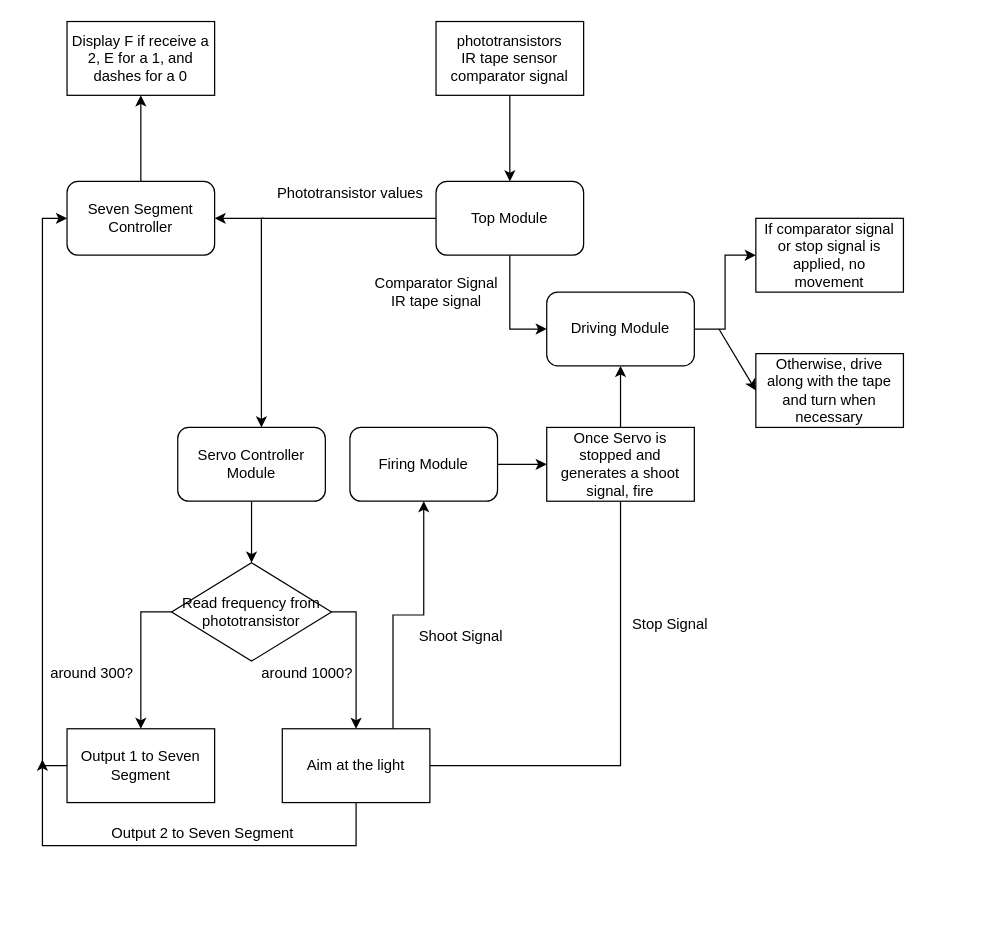
The draw.io diagram FinalProject/Presentations/Code Snippets/flowchart.drawio in dirkt68/pl1-robotics, before the edit. Source tidied: cells renumbered, new cells numbered last; positions are measured from the earlier drawing's top-left corner, leaving out a move shared by most shapes. Both pictures are drawn from the tidied source at 123%, with x=0, y=0 at pixel (42, 21).
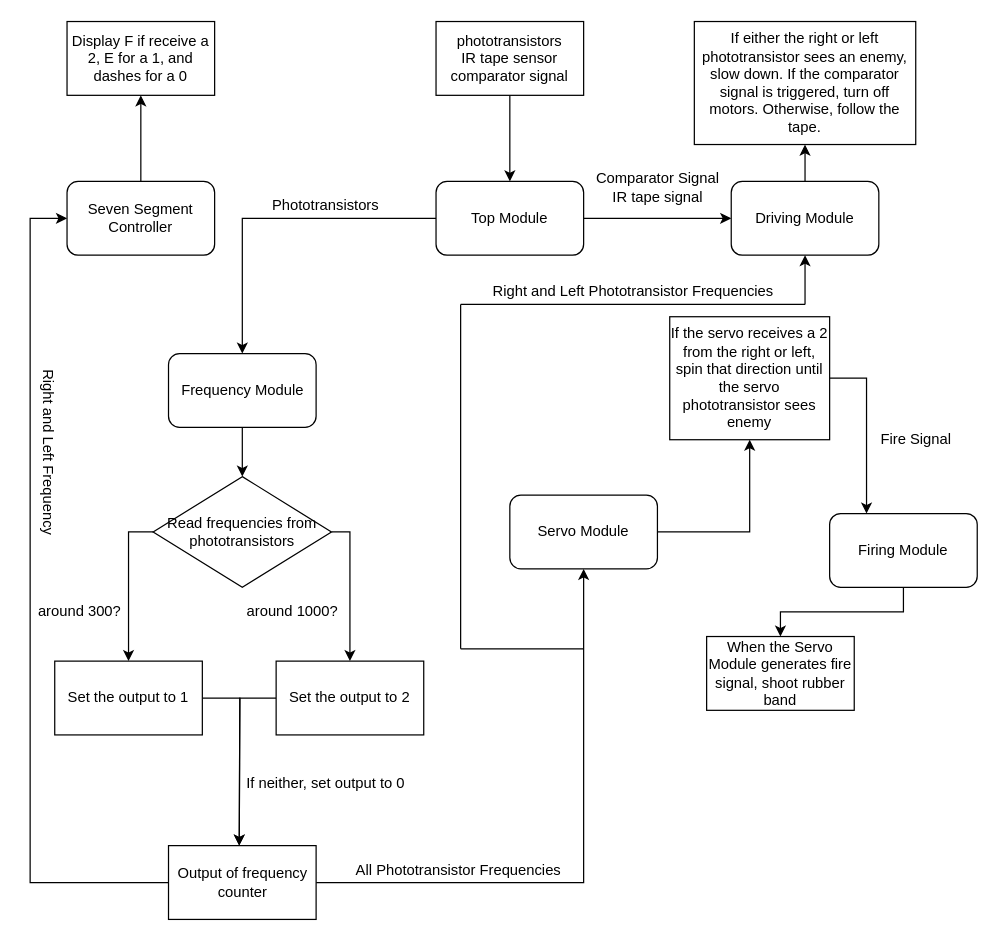
The same diagram, later.

The change refers to these unchanged cells:
```xml
<mxCell id="4" value="Top Module" style="rounded=1;whiteSpace=wrap;html=1;" parent="1" vertex="1">
  <mxGeometry x="320" y="130" width="120" height="60" as="geometry" />
</mxCell>
<mxCell id="15" value="Seven Segment Controller" style="rounded=1;whiteSpace=wrap;html=1;" parent="1" vertex="1">
  <mxGeometry x="20" y="130" width="120" height="60" as="geometry" />
</mxCell>
```

What changed in the source:
```diff
@@
+    <mxCell id="3" style="edgeStyle=orthogonalEdgeStyle;rounded=0;jettySize=auto;html=1;entryX=0;entryY=0.5;entryDx=0;entryDy=0;" parent="1" edge="1" source="4" target="12">
+      <mxGeometry relative="1" as="geometry" />
+    </mxCell>
-    <mxCell id="2" style="edgeStyle=orthogonalEdgeStyle;rounded=0;jettySize=auto;html=1;entryX=0.567;entryY=0;entryDx=0;entryDy=0;entryPerimeter=0;" parent="1" edge="1" source="4" target="8">
-      <mxGeometry relative="1" as="geometry">
-        <Array as="points">
-          <mxPoint x="178" y="160" />
-        </Array>
-      </mxGeometry>
+    <mxCell id="2" style="edgeStyle=orthogonalEdgeStyle;rounded=0;jettySize=auto;html=1;entryX=0.5;entryY=0;entryDx=0;entryDy=0;" parent="1" edge="1" source="4" target="8">
+      <mxGeometry relative="1" as="geometry" />
     </mxCell>
-    <mxCell id="3" style="edgeStyle=orthogonalEdgeStyle;rounded=0;jettySize=auto;html=1;entryX=0;entryY=0.5;entryDx=0;entryDy=0;" parent="1" edge="1" source="4" target="12">
-      <mxGeometry relative="1" as="geometry" />
-    </mxCell>
@@
-    <mxCell id="8" value="Servo Controller Module" style="rounded=1;whiteSpace=wrap;html=1;" parent="1" vertex="1">
-      <mxGeometry x="110" y="330" width="120" height="60" as="geometry" />
+    <mxCell id="8" value="Frequency Module" style="rounded=1;whiteSpace=wrap;html=1;" parent="1" vertex="1">
+      <mxGeometry x="102.5" y="270" width="120" height="60" as="geometry" />
     </mxCell>
@@
-    <mxCell id="10" value="Firing Module" style="rounded=1;whiteSpace=wrap;html=1;" parent="1" vertex="1">
-      <mxGeometry x="250" y="330" width="120" height="60" as="geometry" />
+    <mxCell id="10" value="Servo Module" style="rounded=1;whiteSpace=wrap;html=1;" parent="1" vertex="1">
+      <mxGeometry x="380" y="385" width="120" height="60" as="geometry" />
     </mxCell>
-    <mxCell id="11" style="edgeStyle=orthogonalEdgeStyle;rounded=0;jettySize=auto;html=1;" parent="1" edge="1" source="12" target="34">
-      <mxGeometry relative="1" as="geometry" />
-    </mxCell>
+    <mxCell id="38" style="edgeStyle=none;rounded=0;jettySize=auto;html=1;" parent="1" edge="1" source="12" target="57">
+      <mxGeometry relative="1" as="geometry" />
+    </mxCell>
     <mxCell id="12" value="Driving Module&lt;br&gt;" style="rounded=1;whiteSpace=wrap;html=1;" parent="1" vertex="1">
-      <mxGeometry x="410" y="220" width="120" height="60" as="geometry" />
+      <mxGeometry x="560" y="130" width="120" height="60" as="geometry" />
     </mxCell>
@@
-    <mxCell id="16" value="Phototransistor values" style="text;html=1;align=center;verticalAlign=middle;strokeColor=none;fillColor=none;" parent="1" vertex="1">
-      <mxGeometry x="185" y="130" width="130" height="20" as="geometry" />
+    <mxCell id="16" value="Phototransistors" style="text;html=1;align=center;verticalAlign=middle;strokeColor=none;fillColor=none;" parent="1" vertex="1">
+      <mxGeometry x="180" y="140" width="100" height="20" as="geometry" />
     </mxCell>
-    <mxCell id="17" style="edgeStyle=orthogonalEdgeStyle;rounded=0;jettySize=auto;html=1;exitX=1;exitY=0.5;exitDx=0;exitDy=0;entryX=0.5;entryY=0;entryDx=0;entryDy=0;" parent="1" edge="1" source="19" target="23">
-      <mxGeometry relative="1" as="geometry" />
+    <mxCell id="17" style="edgeStyle=orthogonalEdgeStyle;rounded=0;jettySize=auto;html=1;exitX=1;exitY=0.5;exitDx=0;exitDy=0;entryX=0.5;entryY=0;entryDx=0;entryDy=0;" parent="1" edge="1" source="19" target="42">
+      <mxGeometry relative="1" as="geometry">
+        <Array as="points">
+          <mxPoint x="250" y="415" />
+        </Array>
+      </mxGeometry>
     </mxCell>
-    <mxCell id="18" style="edgeStyle=orthogonalEdgeStyle;rounded=0;jettySize=auto;html=1;entryX=0.5;entryY=0;entryDx=0;entryDy=0;" parent="1" edge="1" source="19" target="25">
-      <mxGeometry relative="1" as="geometry">
-        <Array as="points">
-          <mxPoint x="80" y="480" />
-        </Array>
-      </mxGeometry>
+    <mxCell id="18" style="edgeStyle=orthogonalEdgeStyle;rounded=0;jettySize=auto;html=1;entryX=0.5;entryY=0;entryDx=0;entryDy=0;exitX=0;exitY=0.5;exitDx=0;exitDy=0;" parent="1" edge="1" source="19" target="25">
+      <mxGeometry relative="1" as="geometry" />
     </mxCell>
-    <mxCell id="19" value="Read frequency from phototransistor" style="rhombus;whiteSpace=wrap;html=1;" parent="1" vertex="1">
-      <mxGeometry x="105" y="440" width="130" height="80" as="geometry" />
+    <mxCell id="19" value="Read frequencies from phototransistors" style="rhombus;whiteSpace=wrap;html=1;" parent="1" vertex="1">
+      <mxGeometry x="90" y="370" width="145" height="90" as="geometry" />
     </mxCell>
-    <mxCell id="20" style="edgeStyle=orthogonalEdgeStyle;rounded=0;jettySize=auto;html=1;exitX=0.75;exitY=0;exitDx=0;exitDy=0;" parent="1" edge="1" source="23" target="10">
-      <mxGeometry relative="1" as="geometry" />
-    </mxCell>
-    <mxCell id="21" style="edgeStyle=orthogonalEdgeStyle;rounded=0;jettySize=auto;html=1;entryX=0.5;entryY=1;entryDx=0;entryDy=0;" parent="1" edge="1" source="23" target="12">
-      <mxGeometry relative="1" as="geometry" />
-    </mxCell>
-    <mxCell id="22" style="edgeStyle=orthogonalEdgeStyle;rounded=0;jettySize=auto;html=1;" parent="1" edge="1" source="23">
-      <mxGeometry relative="1" as="geometry">
-        <mxPoint y="600" as="targetPoint" />
-        <Array as="points">
-          <mxPoint x="255" y="670" />
-          <mxPoint y="670" />
-        </Array>
-      </mxGeometry>
-    </mxCell>
-    <mxCell id="23" value="Aim at the light" style="rounded=0;whiteSpace=wrap;html=1;" parent="1" vertex="1">
-      <mxGeometry x="195" y="575" width="120" height="60" as="geometry" />
-    </mxCell>
-    <mxCell id="24" style="edgeStyle=orthogonalEdgeStyle;rounded=0;jettySize=auto;html=1;entryX=0;entryY=0.5;entryDx=0;entryDy=0;" parent="1" edge="1" source="25" target="15">
-      <mxGeometry relative="1" as="geometry">
-        <Array as="points">
-          <mxPoint y="605" />
-          <mxPoint y="160" />
-        </Array>
-      </mxGeometry>
-    </mxCell>
+    <mxCell id="39" style="edgeStyle=orthogonalEdgeStyle;rounded=0;jettySize=auto;html=1;" parent="1" edge="1" source="25">
+      <mxGeometry relative="1" as="geometry">
+        <mxPoint x="160" y="670" as="targetPoint" />
+      </mxGeometry>
+    </mxCell>
-    <mxCell id="25" value="Output 1 to Seven Segment" style="rounded=0;whiteSpace=wrap;html=1;" parent="1" vertex="1">
-      <mxGeometry x="20" y="575" width="120" height="60" as="geometry" />
+    <mxCell id="25" value="Set the output to 1" style="rounded=0;whiteSpace=wrap;html=1;" parent="1" vertex="1">
+      <mxGeometry x="10" y="520" width="120" height="60" as="geometry" />
     </mxCell>
     <mxCell id="26" value="around 300?" style="text;html=1;align=center;verticalAlign=middle;strokeColor=none;fillColor=none;" parent="1" vertex="1">
-      <mxGeometry y="520" width="80" height="20" as="geometry" />
+      <mxGeometry x="-10" y="470" width="80" height="20" as="geometry" />
     </mxCell>
     <mxCell id="27" value="around 1000?" style="text;html=1;align=center;verticalAlign=middle;strokeColor=none;fillColor=none;" parent="1" vertex="1">
-      <mxGeometry x="170" y="520" width="90" height="20" as="geometry" />
+      <mxGeometry x="158" y="470" width="90" height="20" as="geometry" />
     </mxCell>
-    <mxCell id="28" value="Shoot Signal" style="text;html=1;align=center;verticalAlign=middle;strokeColor=none;fillColor=none;" parent="1" vertex="1">
-      <mxGeometry x="300" y="490" width="80" height="20" as="geometry" />
-    </mxCell>
-    <mxCell id="29" value="Stop Signal" style="text;html=1;align=center;verticalAlign=middle;strokeColor=none;fillColor=none;" parent="1" vertex="1">
-      <mxGeometry x="470" y="480" width="80" height="20" as="geometry" />
-    </mxCell>
+    <mxCell id="40" style="edgeStyle=orthogonalEdgeStyle;rounded=0;jettySize=auto;html=1;entryX=0.25;entryY=0;entryDx=0;entryDy=0;" parent="1" edge="1" source="30" target="50">
+      <mxGeometry relative="1" as="geometry">
+        <Array as="points">
+          <mxPoint x="670" y="290" />
+        </Array>
+      </mxGeometry>
+    </mxCell>
-    <mxCell id="30" value="Once Servo is stopped and generates a shoot signal, fire" style="rounded=0;whiteSpace=wrap;html=1;" parent="1" vertex="1">
-      <mxGeometry x="410" y="330" width="120" height="60" as="geometry" />
+    <mxCell id="30" value="If the servo receives a 2 from the right or left, spin that direction until the servo phototransistor sees enemy" style="rounded=0;whiteSpace=wrap;html=1;" parent="1" vertex="1">
+      <mxGeometry x="510" y="240" width="130" height="100" as="geometry" />
     </mxCell>
-    <mxCell id="31" style="endArrow=classic;html=1;rounded=0;entryX=1;entryY=0.5;entryDx=0;entryDy=0;" parent="1" edge="1" target="15">
-      <mxGeometry relative="1" as="geometry">
-        <mxPoint x="180" y="160" as="sourcePoint" />
-      </mxGeometry>
-    </mxCell>
@@
     <mxCell id="33" value="Comparator Signal&lt;br&gt;IR tape signal" style="text;html=1;align=center;verticalAlign=middle;strokeColor=none;fillColor=none;" parent="1" vertex="1">
-      <mxGeometry x="260" y="205" width="120" height="30" as="geometry" />
+      <mxGeometry x="440" y="120" width="120" height="30" as="geometry" />
     </mxCell>
-    <mxCell id="34" value="If comparator signal or stop signal is applied, no movement" style="rounded=0;whiteSpace=wrap;html=1;" parent="1" vertex="1">
-      <mxGeometry x="580" y="160" width="120" height="60" as="geometry" />
-    </mxCell>
-    <mxCell id="35" value="Otherwise, drive along with the tape and turn when necessary" style="rounded=0;whiteSpace=wrap;html=1;" parent="1" vertex="1">
-      <mxGeometry x="580" y="270" width="120" height="60" as="geometry" />
-    </mxCell>
-    <mxCell id="36" style="endArrow=classic;html=1;rounded=0;entryX=0;entryY=0.5;entryDx=0;entryDy=0;" parent="1" edge="1" target="35">
-      <mxGeometry relative="1" as="geometry">
-        <mxPoint x="550" y="250" as="sourcePoint" />
-      </mxGeometry>
-    </mxCell>
-    <mxCell id="37" value="Output 2 to Seven Segment" style="text;html=1;align=center;verticalAlign=middle;strokeColor=none;fillColor=none;" parent="1" vertex="1">
-      <mxGeometry x="50" y="650" width="160" height="20" as="geometry" />
-    </mxCell>
+    <mxCell id="41" style="edgeStyle=orthogonalEdgeStyle;rounded=0;jettySize=auto;html=1;exitX=0;exitY=0.5;exitDx=0;exitDy=0;" parent="1" edge="1" source="42">
+      <mxGeometry relative="1" as="geometry">
+        <mxPoint x="160" y="670" as="targetPoint" />
+      </mxGeometry>
+    </mxCell>
+    <mxCell id="42" value="Set the output to 2" style="rounded=0;whiteSpace=wrap;html=1;" parent="1" vertex="1">
+      <mxGeometry x="190" y="520" width="120" height="60" as="geometry" />
+    </mxCell>
+    <mxCell id="43" style="edgeStyle=orthogonalEdgeStyle;rounded=0;jettySize=auto;html=1;entryX=0;entryY=0.5;entryDx=0;entryDy=0;" parent="1" edge="1" source="45" target="15">
+      <mxGeometry relative="1" as="geometry">
+        <Array as="points">
+          <mxPoint x="-10" y="700" />
+          <mxPoint x="-10" y="160" />
+        </Array>
+      </mxGeometry>
+    </mxCell>
+    <mxCell id="44" style="edgeStyle=orthogonalEdgeStyle;rounded=0;jettySize=auto;html=1;exitX=1;exitY=0.5;exitDx=0;exitDy=0;entryX=0.5;entryY=1;entryDx=0;entryDy=0;" parent="1" edge="1" source="45" target="10">
+      <mxGeometry relative="1" as="geometry">
+        <Array as="points">
+          <mxPoint x="440" y="700" />
+        </Array>
+      </mxGeometry>
+    </mxCell>
+    <mxCell id="45" value="Output of frequency counter" style="whiteSpace=wrap;html=1;" parent="1" vertex="1">
+      <mxGeometry x="102.5" y="670" width="120" height="60" as="geometry" />
+    </mxCell>
+    <mxCell id="46" value="If neither, set output to 0" style="text;html=1;align=center;verticalAlign=middle;strokeColor=none;fillColor=none;" parent="1" vertex="1">
+      <mxGeometry x="160" y="610" width="140" height="20" as="geometry" />
+    </mxCell>
+    <mxCell id="47" value="Right and Left Frequency" style="text;html=1;align=center;verticalAlign=middle;strokeColor=none;fillColor=none;rotation=90;" parent="1" vertex="1">
+      <mxGeometry x="-70" y="340" width="150" height="20" as="geometry" />
+    </mxCell>
+    <mxCell id="48" value="All Phototransistor Frequencies" style="text;html=1;align=center;verticalAlign=middle;strokeColor=none;fillColor=none;" parent="1" vertex="1">
+      <mxGeometry x="248" y="680" width="180" height="20" as="geometry" />
+    </mxCell>
+    <mxCell id="49" style="edgeStyle=orthogonalEdgeStyle;rounded=0;jettySize=auto;html=1;entryX=0.5;entryY=0;entryDx=0;entryDy=0;" parent="1" edge="1" source="50" target="51">
+      <mxGeometry relative="1" as="geometry" />
+    </mxCell>
+    <mxCell id="50" value="Firing Module" style="rounded=1;whiteSpace=wrap;html=1;" parent="1" vertex="1">
+      <mxGeometry x="640" y="400" width="120" height="60" as="geometry" />
+    </mxCell>
+    <mxCell id="51" value="When the Servo Module generates fire signal, shoot rubber band" style="whiteSpace=wrap;html=1;" parent="1" vertex="1">
+      <mxGeometry x="540" y="500" width="120" height="60" as="geometry" />
+    </mxCell>
+    <mxCell id="52" style="endArrow=none;html=1;rounded=0;" parent="1" edge="1">
+      <mxGeometry relative="1" as="geometry">
+        <mxPoint x="340" y="510" as="sourcePoint" />
+        <mxPoint x="440" y="510" as="targetPoint" />
+      </mxGeometry>
+    </mxCell>
+    <mxCell id="53" style="endArrow=none;html=1;rounded=0;" parent="1" edge="1">
+      <mxGeometry relative="1" as="geometry">
+        <mxPoint x="340" y="510" as="sourcePoint" />
+        <mxPoint x="340" y="230" as="targetPoint" />
+      </mxGeometry>
+    </mxCell>
+    <mxCell id="54" style="endArrow=none;html=1;rounded=0;" parent="1" edge="1">
+      <mxGeometry relative="1" as="geometry">
+        <mxPoint x="340" y="230" as="sourcePoint" />
+        <mxPoint x="620" y="230" as="targetPoint" />
+      </mxGeometry>
+    </mxCell>
+    <mxCell id="55" style="endArrow=classic;html=1;rounded=0;entryX=0.5;entryY=1;entryDx=0;entryDy=0;" parent="1" edge="1" target="12">
+      <mxGeometry relative="1" as="geometry">
+        <mxPoint x="620" y="230" as="sourcePoint" />
+      </mxGeometry>
+    </mxCell>
+    <mxCell id="56" value="Right and Left Phototransistor Frequencies" style="text;html=1;align=center;verticalAlign=middle;strokeColor=none;fillColor=none;" parent="1" vertex="1">
+      <mxGeometry x="360" y="210" width="240" height="20" as="geometry" />
+    </mxCell>
+    <mxCell id="57" value="If either the right or left phototransistor sees an enemy, slow down. If the comparator signal is triggered, turn off motors. Otherwise, follow the tape." style="rounded=0;whiteSpace=wrap;html=1;" parent="1" vertex="1">
+      <mxGeometry x="530" width="180" height="100" as="geometry" />
+    </mxCell>
+    <mxCell id="58" value="Fire Signal" style="text;html=1;align=center;verticalAlign=middle;strokeColor=none;fillColor=none;" parent="1" vertex="1">
+      <mxGeometry x="675" y="330" width="70" height="20" as="geometry" />
+    </mxCell>
```
